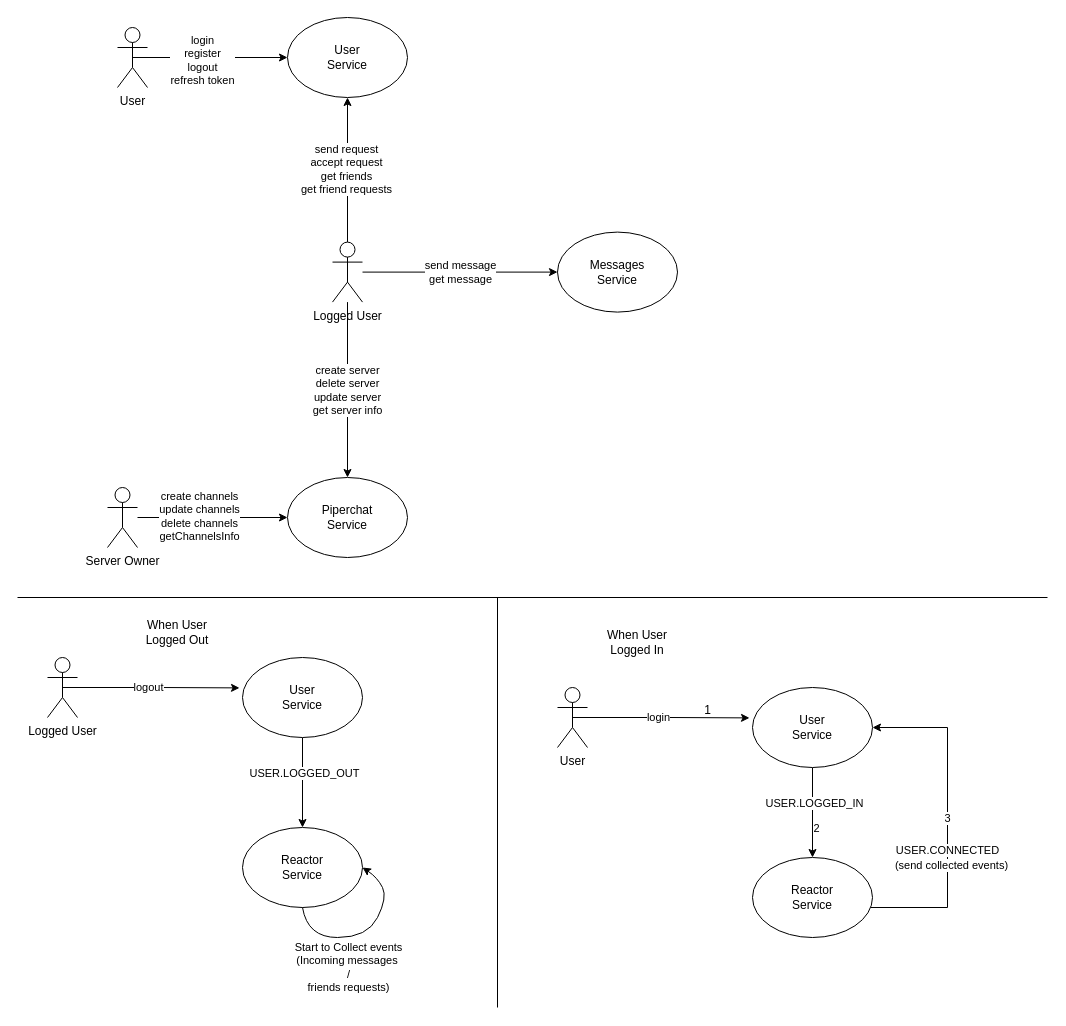
The draw.io diagram page "Casi d'uso" (8 of 8) of piperchat.drawio in zucchero-sintattico/piperchat, before the edit. Source tidied: cells renumbered, new cells numbered last; positions are measured from the earlier drawing's top-left corner, leaving out a move shared by most shapes. Both pictures are drawn from the tidied source at 100%, with x=0, y=0 at pixel (17, 17).
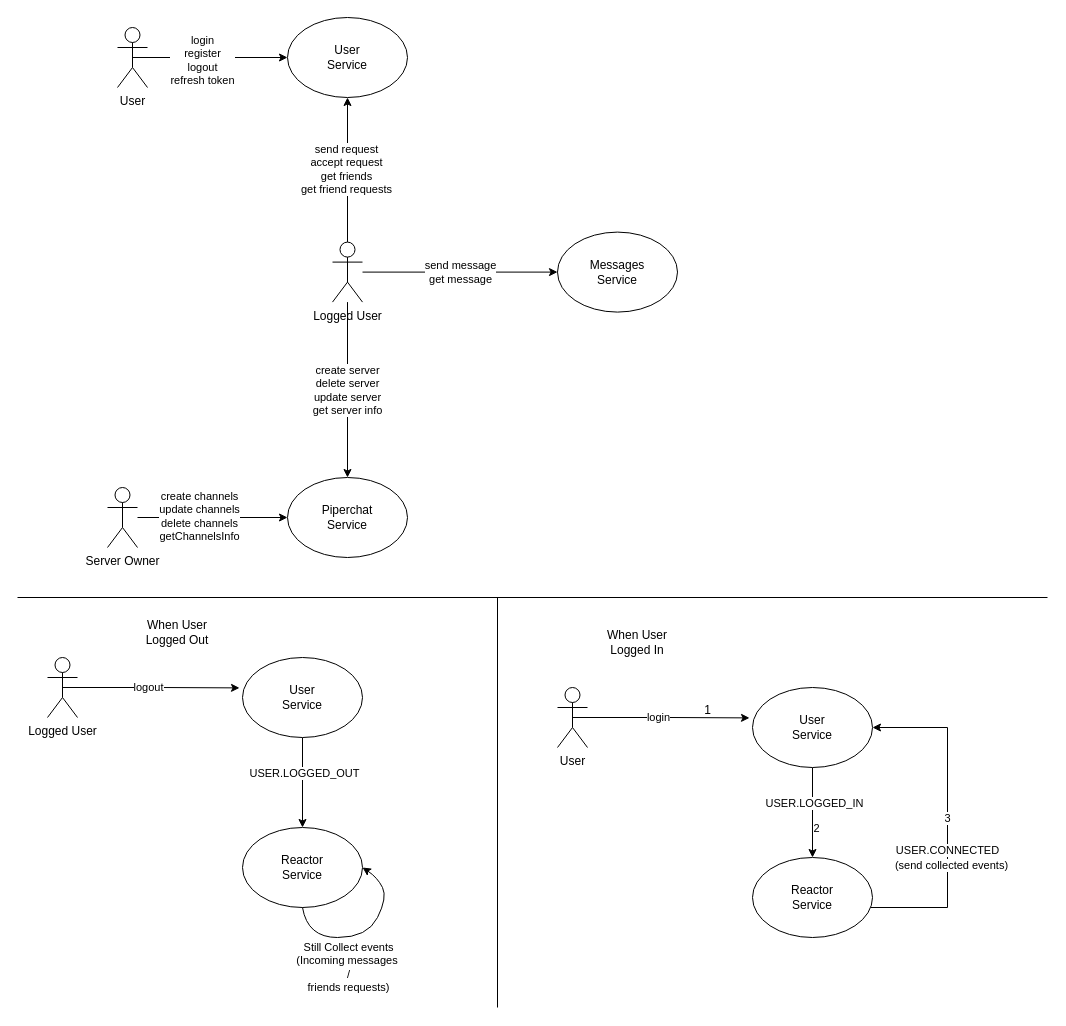
After the change.

Commit message:
Refactor login/out schema

The change refers to these unchanged cells:
```xml
<mxCell id="25" style="curved=1;endArrow=classic;html=1;rounded=0;exitX=0.5;exitY=1;exitDx=0;exitDy=0;entryX=1;entryY=0.5;entryDx=0;entryDy=0;" parent="1" edge="1" source="24" target="24">
  <mxGeometry relative="1" as="geometry">
    <Array as="points">
      <mxPoint x="290" y="920" />
      <mxPoint x="350" y="920" />
      <mxPoint x="370" y="880" />
      <mxPoint x="360" y="860" />
    </Array>
  </mxGeometry>
</mxCell>
```

Diff of the diagram source:
```diff
@@
-    <mxCell id="26" value="Start to Collect events&lt;br&gt;(Incoming messages&amp;nbsp;&lt;br&gt;/&lt;br&gt;friends requests)" style="edgeLabel;html=1;align=center;verticalAlign=middle;" parent="25" vertex="1">
+    <mxCell id="26" value="Still Collect events&lt;br&gt;(Incoming messages&amp;nbsp;&lt;br&gt;/&lt;br&gt;friends requests)" style="edgeLabel;html=1;align=center;verticalAlign=middle;" parent="25" vertex="1">
       <mxGeometry x="0.09" y="-1" relative="1" as="geometry">
         <mxPoint x="-23" y="34" as="offset" />
       </mxGeometry>
     </mxCell>
```
